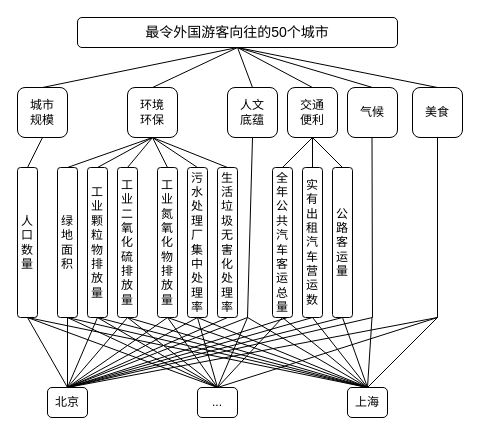
The draw.io diagram ahp.drawio in dp0qb/Repo4Drawio, before the edit. Source tidied: cells renumbered, new cells numbered last; positions are measured from the earlier drawing's top-left corner, leaving out a move shared by most shapes. Both pictures are drawn from the tidied source at 100%, with x=0, y=0 at pixel (17, 17).
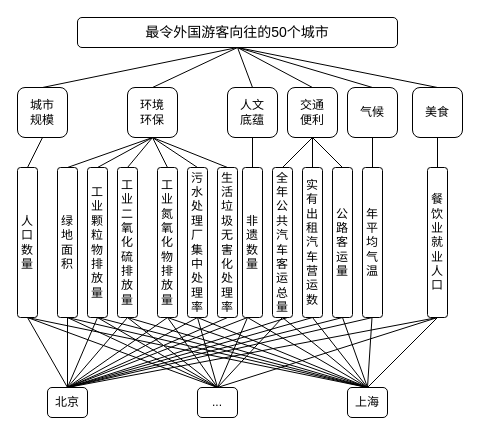
The same diagram, later.

The change refers to these unchanged cells:
```xml
<mxCell id="5" value="人文&lt;div&gt;底蕴&lt;/div&gt;" style="rounded=1;whiteSpace=wrap;html=1;" parent="1" vertex="1">
  <mxGeometry x="210" y="70" width="50" height="50" as="geometry" />
</mxCell>
<mxCell id="7" value="气候" style="rounded=1;whiteSpace=wrap;html=1;" parent="1" vertex="1">
  <mxGeometry x="330" y="70" width="50" height="50" as="geometry" />
</mxCell>
<mxCell id="8" value="美食" style="rounded=1;whiteSpace=wrap;html=1;" parent="1" vertex="1">
  <mxGeometry x="395" y="70" width="50" height="50" as="geometry" />
</mxCell>
<mxCell id="39" value="北京" style="rounded=1;whiteSpace=wrap;html=1;" parent="1" vertex="1">
  <mxGeometry x="30" y="370" width="40" height="30" as="geometry" />
</mxCell>
```

Change to the diagram source:
```diff
@@
-    <mxCell id="35" style="endArrow=none;html=1;rounded=0;entryX=0.5;entryY=1;entryDx=0;entryDy=0;exitX=0.5;exitY=0;exitDx=0;exitDy=0;" parent="1" edge="1" source="39" target="5">
+    <mxCell id="35" style="endArrow=none;html=1;rounded=0;exitX=0.5;exitY=0;exitDx=0;exitDy=0;" parent="1" edge="1" source="39">
       <mxGeometry relative="1" as="geometry">
+        <mxPoint x="230" y="300" as="targetPoint" />
         <Array as="points">
           <mxPoint x="230" y="300" />
         </Array>
       </mxGeometry>
     </mxCell>
-    <mxCell id="36" style="endArrow=none;html=1;rounded=0;entryX=0.5;entryY=1;entryDx=0;entryDy=0;exitX=0.5;exitY=0;exitDx=0;exitDy=0;" parent="1" edge="1" source="39">
+    <mxCell id="36" style="endArrow=none;html=1;rounded=0;exitX=0.5;exitY=0;exitDx=0;exitDy=0;" parent="1" edge="1" source="39">
       <mxGeometry relative="1" as="geometry">
-        <mxPoint x="354.5" y="120" as="targetPoint" />
+        <mxPoint x="355" y="300" as="targetPoint" />
         <Array as="points">
           <mxPoint x="355" y="300" />
         </Array>
       </mxGeometry>
     </mxCell>
-    <mxCell id="37" style="endArrow=none;html=1;rounded=0;exitX=0.5;exitY=0;exitDx=0;exitDy=0;entryX=0.5;entryY=1;entryDx=0;entryDy=0;" parent="1" edge="1" source="39" target="8">
+    <mxCell id="37" style="endArrow=none;html=1;rounded=0;exitX=0.5;exitY=0;exitDx=0;exitDy=0;" parent="1" edge="1" source="39">
       <mxGeometry relative="1" as="geometry">
+        <mxPoint x="420" y="300" as="targetPoint" />
         <Array as="points">
           <mxPoint x="420" y="300" />
         </Array>
       </mxGeometry>
     </mxCell>
@@
+    <mxCell id="72" value="年平均气温" style="rounded=1;whiteSpace=wrap;html=1;" parent="1" vertex="1">
+      <mxGeometry x="345" y="150" width="20" height="150" as="geometry" />
+    </mxCell>
+    <mxCell id="73" style="endArrow=none;html=1;rounded=0;entryX=0.5;entryY=1;entryDx=0;entryDy=0;exitX=0.5;exitY=0;exitDx=0;exitDy=0;" parent="1" edge="1" source="72" target="7">
+      <mxGeometry relative="1" as="geometry" />
+    </mxCell>
+    <mxCell id="74" value="非遗数量" style="rounded=1;whiteSpace=wrap;html=1;" parent="1" vertex="1">
+      <mxGeometry x="225" y="150" width="20" height="150" as="geometry" />
+    </mxCell>
+    <mxCell id="75" style="endArrow=none;html=1;rounded=0;entryX=0.5;entryY=1;entryDx=0;entryDy=0;exitX=0.5;exitY=0;exitDx=0;exitDy=0;" parent="1" edge="1" source="74" target="5">
+      <mxGeometry relative="1" as="geometry" />
+    </mxCell>
+    <mxCell id="76" value="餐饮业就业人口" style="rounded=1;whiteSpace=wrap;html=1;" parent="1" vertex="1">
+      <mxGeometry x="410" y="150" width="20" height="150" as="geometry" />
+    </mxCell>
+    <mxCell id="77" style="endArrow=none;html=1;rounded=0;entryX=0.5;entryY=1;entryDx=0;entryDy=0;" parent="1" edge="1" source="76" target="8">
+      <mxGeometry relative="1" as="geometry" />
+    </mxCell>
```
